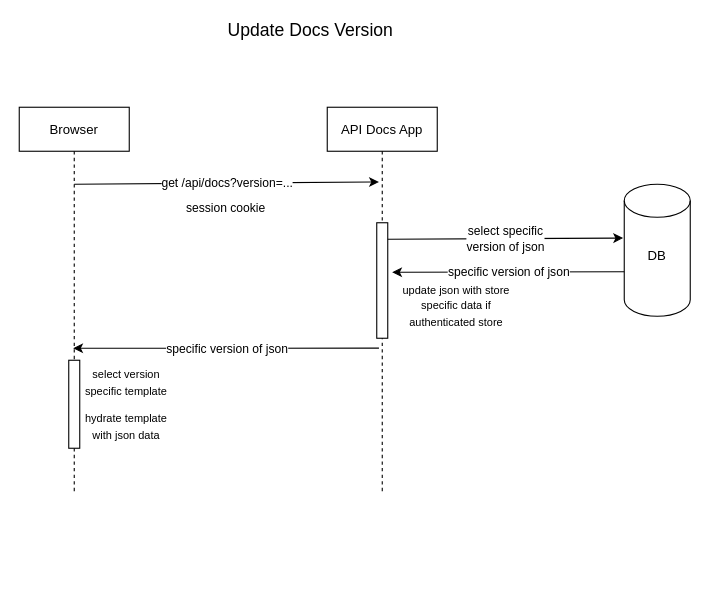
Earlier version of the draw.io diagram ReChargeApiDocs/Update Docs Version.drawio (alexrsunrise/diagrams). Source tidied: cells renumbered, new cells numbered last; positions are measured from the earlier drawing's top-left corner, leaving out a move shared by most shapes. Both pictures are drawn from the tidied source at 110%, with x=0, y=0 at pixel (19, 19).
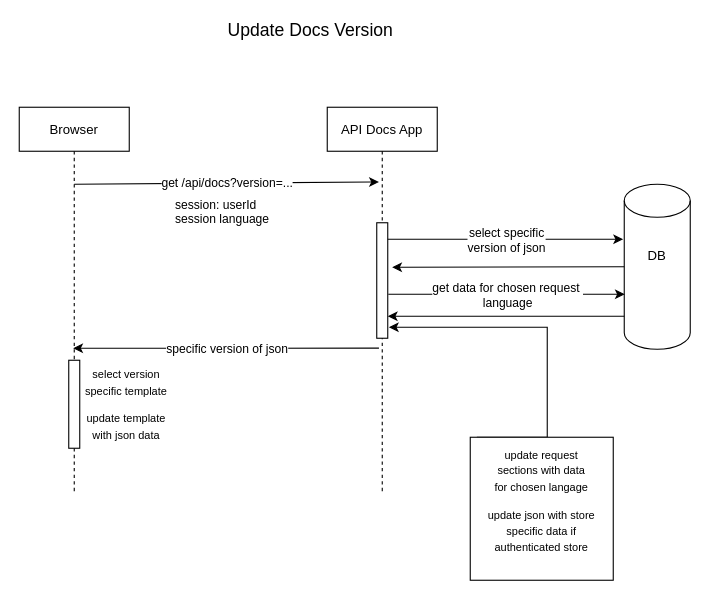
After the change.

Unchanged cells that the change refers to:
```xml
<mxCell id="18" style="endArrow=classic;html=1;entryX=0.47;entryY=0.194;entryDx=0;entryDy=0;entryPerimeter=0;exitX=0.5;exitY=0.2;exitDx=0;exitDy=0;exitPerimeter=0;" parent="1" edge="1" source="2" target="3">
  <mxGeometry relative="1" as="geometry" />
</mxCell>
```

Change to the diagram source:
```diff
@@
     <mxCell id="5" style="shape=cylinder3;whiteSpace=wrap;html=1;boundedLbl=1;backgroundOutline=1;size=15;" parent="1" vertex="1">
-      <mxGeometry x="550" y="150" width="60" height="120" as="geometry" />
+      <mxGeometry x="550" y="150" width="60" height="150" as="geometry" />
     </mxCell>
@@
-    <mxCell id="8" style="endArrow=classic;html=1;entryX=-0.017;entryY=0.408;entryDx=0;entryDy=0;entryPerimeter=0;" parent="1" edge="1" target="5">
+    <mxCell id="8" style="endArrow=classic;html=1;" parent="1" edge="1">
       <mxGeometry relative="1" as="geometry">
         <mxPoint x="335" y="200" as="sourcePoint" />
+        <mxPoint x="549" y="200" as="targetPoint" />
       </mxGeometry>
     </mxCell>
@@
     <mxCell id="10" style="endArrow=classic;html=1;" parent="1" edge="1">
       <mxGeometry relative="1" as="geometry">
-        <mxPoint x="550" y="229.5" as="sourcePoint" />
-        <mxPoint x="339" y="230" as="targetPoint" />
+        <mxPoint x="550" y="225" as="sourcePoint" />
+        <mxPoint x="339" y="225.5" as="targetPoint" />
       </mxGeometry>
     </mxCell>
-    <mxCell id="11" value="specific version of json" style="edgeLabel;html=1;align=center;verticalAlign=middle;" parent="10" vertex="1">
-      <mxGeometry relative="1" as="geometry" />
-    </mxCell>
@@
-    <mxCell id="15" value="&lt;font style=&quot;font-size: 10px&quot;&gt;hydrate template with json data&lt;/font&gt;" style="text;html=1;strokeColor=none;fillColor=none;align=center;verticalAlign=middle;whiteSpace=wrap;rounded=0;" parent="1" vertex="1">
+    <mxCell id="15" value="&lt;font style=&quot;font-size: 10px&quot;&gt;update template with json data&lt;/font&gt;" style="text;html=1;strokeColor=none;fillColor=none;align=center;verticalAlign=middle;whiteSpace=wrap;rounded=0;" parent="1" vertex="1">
       <mxGeometry x="55" y="360" width="85" height="20" as="geometry" />
     </mxCell>
@@
-    <mxCell id="17" value="&lt;font style=&quot;font-size: 10px&quot;&gt;update json with store specific data if authenticated store&lt;/font&gt;" style="text;html=1;strokeColor=none;fillColor=none;align=center;verticalAlign=middle;whiteSpace=wrap;rounded=0;" parent="1" vertex="1">
-      <mxGeometry x="335" y="250" width="125" height="20" as="geometry" />
-    </mxCell>
+    <mxCell id="21" style="edgeStyle=orthogonalEdgeStyle;rounded=0;orthogonalLoop=1;jettySize=auto;html=1;exitX=0;exitY=0;exitDx=0;exitDy=0;" parent="1" edge="1">
+      <mxGeometry relative="1" as="geometry">
+        <mxPoint x="416" y="380" as="sourcePoint" />
+        <mxPoint x="336" y="280" as="targetPoint" />
+        <Array as="points">
+          <mxPoint x="480" y="380" />
+          <mxPoint x="480" y="280" />
+        </Array>
+      </mxGeometry>
+    </mxCell>
+    <mxCell id="22" style="whiteSpace=wrap;html=1;" parent="1" vertex="1">
+      <mxGeometry x="410" y="380" width="130" height="130" as="geometry" />
+    </mxCell>
@@
-    <mxCell id="20" value="session cookie" style="edgeLabel;html=1;align=left;verticalAlign=bottom;" parent="18" vertex="1">
+    <mxCell id="20" value="session: userId&lt;br&gt;session language" style="edgeLabel;html=1;align=left;verticalAlign=bottom;" parent="18" vertex="1">
       <mxGeometry x="-1" relative="1" as="geometry">
-        <mxPoint x="100" y="30" as="offset" />
+        <mxPoint x="90" y="40" as="offset" />
       </mxGeometry>
     </mxCell>
+    <mxCell id="17" value="&lt;font style=&quot;font-size: 10px&quot;&gt;update json with store specific data if authenticated store&lt;/font&gt;" style="text;html=1;strokeColor=none;fillColor=none;align=center;verticalAlign=middle;whiteSpace=wrap;rounded=0;" parent="1" vertex="1">
+      <mxGeometry x="425" y="450" width="100" height="30" as="geometry" />
+    </mxCell>
+    <mxCell id="23" value="&lt;span style=&quot;font-size: 10px&quot;&gt;update request sections with data for chosen langage&lt;br&gt;&lt;/span&gt;" style="text;html=1;strokeColor=none;fillColor=none;align=center;verticalAlign=middle;whiteSpace=wrap;rounded=0;" parent="1" vertex="1">
+      <mxGeometry x="430" y="400" width="90" height="20" as="geometry" />
+    </mxCell>
+    <mxCell id="24" style="endArrow=classic;html=1;entryX=0;entryY=0.5;entryDx=0;entryDy=0;entryPerimeter=0;" parent="1" edge="1">
+      <mxGeometry relative="1" as="geometry">
+        <mxPoint x="335.5" y="250" as="sourcePoint" />
+        <mxPoint x="550.5" y="250" as="targetPoint" />
+      </mxGeometry>
+    </mxCell>
+    <mxCell id="25" value="get data for chosen request&amp;nbsp;&lt;br&gt;language" style="edgeLabel;html=1;align=center;verticalAlign=middle;" parent="24" vertex="1">
+      <mxGeometry relative="1" as="geometry" />
+    </mxCell>
+    <mxCell id="26" style="endArrow=classic;html=1;" parent="1" edge="1">
+      <mxGeometry relative="1" as="geometry">
+        <mxPoint x="550" y="270" as="sourcePoint" />
+        <mxPoint x="335" y="270" as="targetPoint" />
+      </mxGeometry>
+    </mxCell>
+    <mxCell id="27" style="edgeStyle=orthogonalEdgeStyle;rounded=0;orthogonalLoop=1;jettySize=auto;html=1;exitX=0.5;exitY=1;exitDx=0;exitDy=0;" parent="1" edge="1" source="15" target="15">
+      <mxGeometry relative="1" as="geometry" />
+    </mxCell>
```
